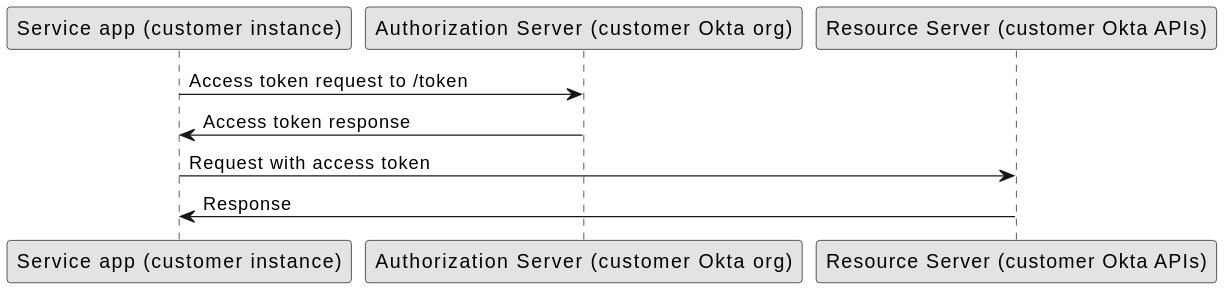
Above: packages/@okta/vuepress-site/.vuepress/public/img/oin/api-service-creds-flow.svg in okta/okta-developer-docs (PlantUML), before the change.
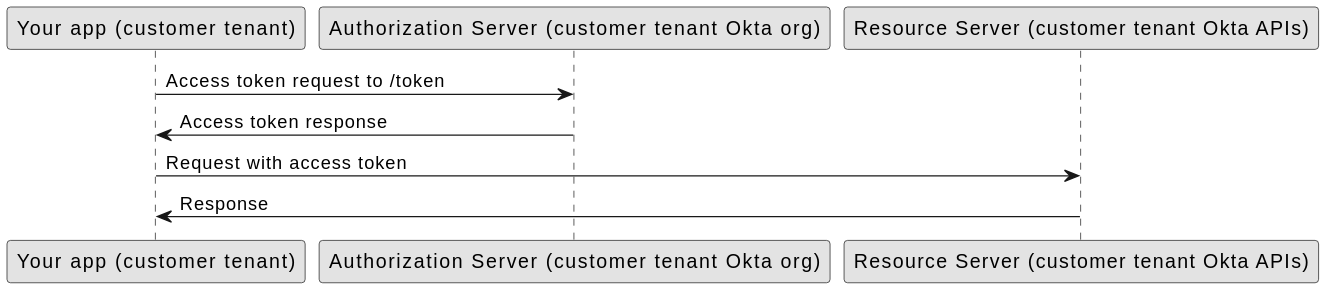
After the change.

Commit message:
Update api integration client creds flow

Diff of the diagram source:
```diff
@@ -1,10 +1,8 @@
 @startuml
 skinparam monochrome true
-
-participant "Service app (customer instance)" as client
-participant "Authorization Server (customer Okta org)" as okta
-participant "Resource Server (customer Okta APIs)" as app
-
+participant "Your app (customer tenant)" as client
+participant "Authorization Server (customer tenant Okta org)" as okta
+participant "Resource Server (customer tenant Okta APIs)" as app
 client -> okta: Access token request to /token
 okta -> client: Access token response
 client -> app: Request with access token
```
